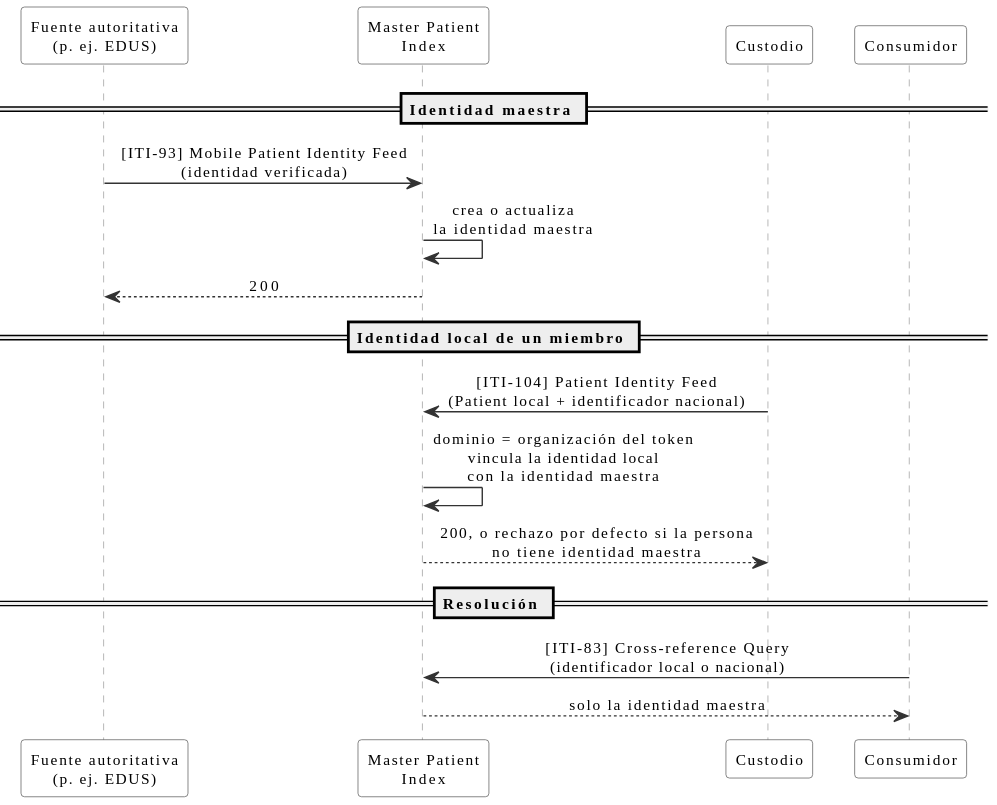
Earlier version of the PlantUML export input/images/hix-flujo-identidad.svg (meddyg/HIX).
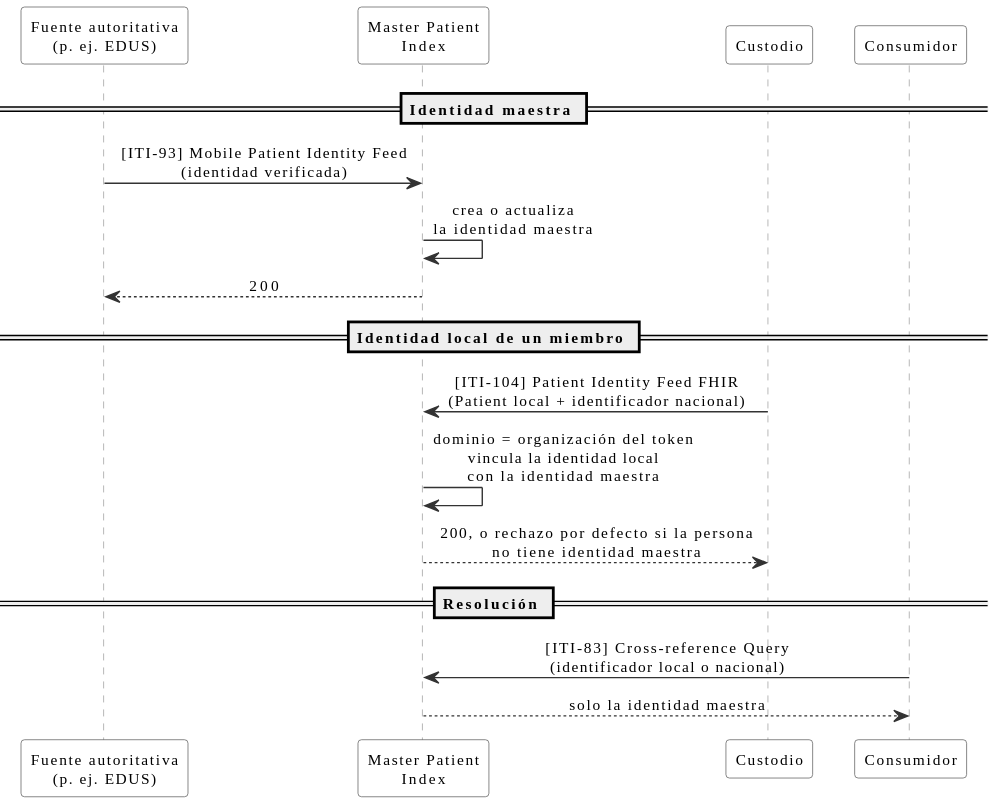
Later version of the same file.

Commit message:
docs: complete the publication and patient flows in the figures

Diff of the diagram source:
```diff
@@ -23,7 +23,7 @@
 MPI --> SRC : 200
 
 == Identidad local de un miembro ==
-K -> MPI : [ITI-104] Patient Identity Feed\n(Patient local + identificador nacional)
+K -> MPI : [ITI-104] Patient Identity Feed FHIR\n(Patient local + identificador nacional)
 MPI -> MPI : dominio = organización del token\nvincula la identidad local\ncon la identidad maestra
 MPI --> K : 200, o rechazo por defecto si la persona\nno tiene identidad maestra
 
```
